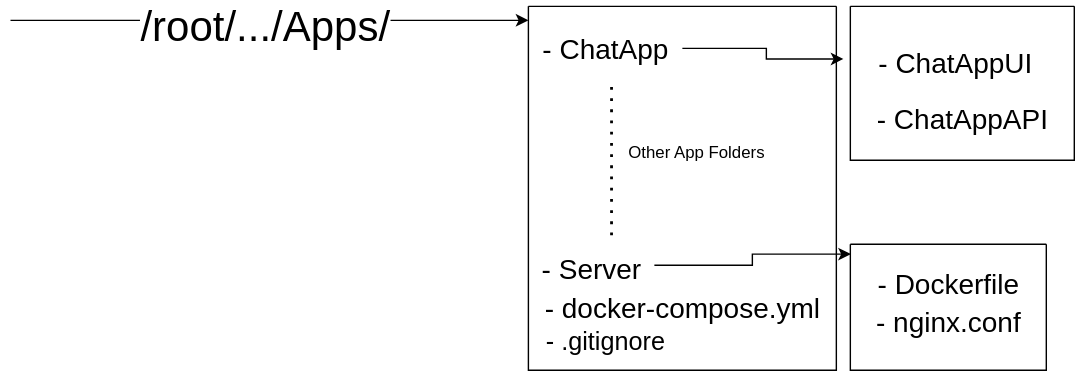
Before: DockerContainerAppsWithNginxServerOnUbuntuOSArchitecture.drawio.svg, a diagram exported from draw.io (rasurathore13/NginxServer). Source tidied: cells renumbered, new cells last; positions are measured from the earlier drawing's top-left corner, leaving out a move shared by most shapes.
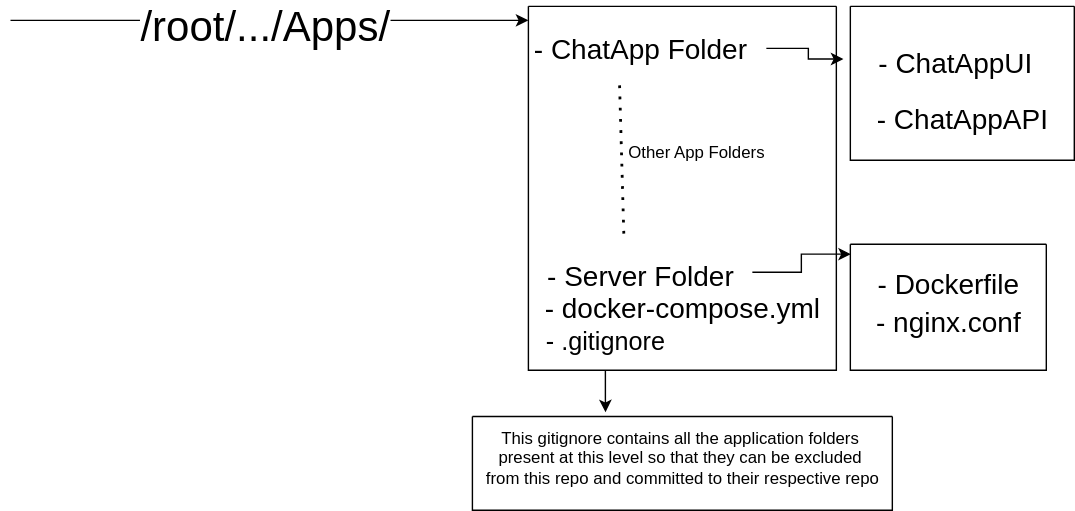
After the change.

The edit, as a diff of the source:
```diff
@@ -17,11 +17,11 @@
     <mxCell id="5" style="swimlane;startSize=0;" parent="1" vertex="1">
       <mxGeometry x="370" width="220" height="260" as="geometry" />
     </mxCell>
-    <mxCell id="6" value="- ChatApp" style="text;html=1;align=center;verticalAlign=middle;points=[];strokeColor=none;fillColor=none;fontSize=20;" parent="5" vertex="1">
-      <mxGeometry y="10" width="110" height="40" as="geometry" />
+    <mxCell id="6" value="- ChatApp Folder" style="text;html=1;align=center;verticalAlign=middle;points=[];strokeColor=none;fillColor=none;fontSize=20;" parent="5" vertex="1">
+      <mxGeometry x="-10" y="10" width="180" height="40" as="geometry" />
     </mxCell>
-    <mxCell id="7" value="&lt;font style=&quot;font-size: 20px;&quot;&gt;- Server&lt;/font&gt;" style="text;html=1;align=center;verticalAlign=middle;points=[];strokeColor=none;fillColor=none;fontSize=25;" parent="5" vertex="1">
-      <mxGeometry y="165" width="90" height="40" as="geometry" />
+    <mxCell id="7" value="&lt;font style=&quot;font-size: 20px;&quot;&gt;- Server Folder&lt;/font&gt;" style="text;html=1;align=center;verticalAlign=middle;points=[];strokeColor=none;fillColor=none;fontSize=25;" parent="5" vertex="1">
+      <mxGeometry y="170" width="160" height="40" as="geometry" />
     </mxCell>
     <mxCell id="8" value="-&amp;nbsp;&lt;span style=&quot;background-color: initial;&quot;&gt;docker-compose.yml&lt;/span&gt;" style="text;html=1;align=center;verticalAlign=middle;strokeColor=none;fillColor=none;fontSize=20;" parent="5" vertex="1">
       <mxGeometry y="195" width="220" height="40" as="geometry" />
@@ -29,7 +29,7 @@
     <mxCell id="9" value="-&amp;nbsp;&lt;span style=&quot;background-color: initial;&quot;&gt;.gitignore&lt;/span&gt;" style="text;html=1;align=center;verticalAlign=middle;points=[];strokeColor=none;fillColor=none;fontSize=18;" parent="5" vertex="1">
       <mxGeometry y="220" width="110" height="40" as="geometry" />
     </mxCell>
-    <mxCell id="10" style="endArrow=none;dashed=1;html=1;dashPattern=1 3;strokeWidth=2;rounded=0;entryX=0.54;entryY=1.16;entryDx=0;entryDy=0;entryPerimeter=0;exitX=0.66;exitY=-0.035;exitDx=0;exitDy=0;exitPerimeter=0;" parent="5" edge="1" source="7" target="6">
+    <mxCell id="10" style="endArrow=none;dashed=1;html=1;dashPattern=1 3;strokeWidth=2;rounded=0;entryX=0.417;entryY=1.09;entryDx=0;entryDy=0;entryPerimeter=0;exitX=0.426;exitY=-0.19;exitDx=0;exitDy=0;exitPerimeter=0;" parent="5" edge="1" source="7" target="6">
       <mxGeometry relative="1" as="geometry" />
     </mxCell>
     <mxCell id="11" value="Other App Folders" style="text;html=1;align=center;verticalAlign=middle;strokeColor=none;fillColor=none;" parent="5" vertex="1">
@@ -59,5 +59,14 @@
     <mxCell id="19" style="edgeStyle=orthogonalEdgeStyle;rounded=0;jettySize=auto;html=1;entryX=-0.031;entryY=0.342;entryDx=0;entryDy=0;entryPerimeter=0;" parent="1" edge="1" source="6" target="14">
       <mxGeometry relative="1" as="geometry" />
     </mxCell>
+    <mxCell id="20" value="This gitignore contains all the application folders&amp;nbsp;&lt;div&gt;present at this level so that they can be&amp;nbsp;&lt;span style=&quot;background-color: initial;&quot;&gt;excluded&amp;nbsp;&lt;/span&gt;&lt;/div&gt;&lt;div&gt;&lt;span style=&quot;background-color: initial;&quot;&gt;from&amp;nbsp;&lt;/span&gt;&lt;span style=&quot;background-color: initial;&quot;&gt;this repo&amp;nbsp;&lt;/span&gt;&lt;span style=&quot;background-color: initial;&quot;&gt;and committed to their respective repo&lt;/span&gt;&lt;/div&gt;" style="text;html=1;align=center;verticalAlign=middle;points=[];strokeColor=none;fillColor=none;" parent="1" vertex="1">
+      <mxGeometry x="330" y="293" width="300" height="60" as="geometry" />
+    </mxCell>
+    <mxCell id="21" style="edgeStyle=orthogonalEdgeStyle;rounded=0;jettySize=auto;html=1;entryX=0.317;entryY=-0.05;entryDx=0;entryDy=0;entryPerimeter=0;" parent="1" edge="1" source="9" target="20">
+      <mxGeometry relative="1" as="geometry" />
+    </mxCell>
+    <mxCell id="22" style="swimlane;startSize=0;" parent="1" vertex="1">
+      <mxGeometry x="330" y="293" width="300" height="67" as="geometry" />
+    </mxCell>
   </root>
 </mxGraphModel>
```
